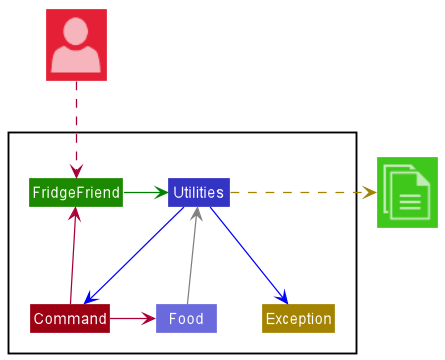
Before: docs/diagrams/ArchitectureDiagram.png, a diagram exported from PlantUML (nus-cs2113-AY2021S2/tp).
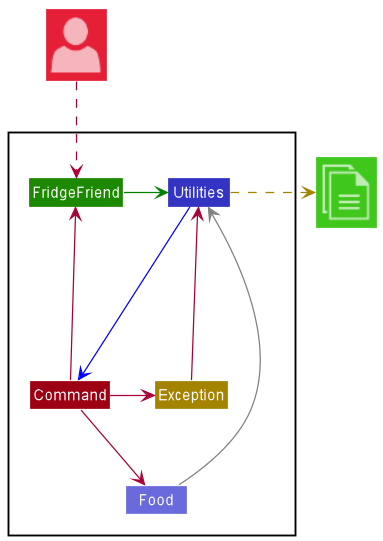
Above is the later version.

Commit message:
Updated Architecture Diagram for accuracy

Change to the diagram source:
```diff
@@ -17,11 +17,12 @@
 
 
 FridgeFriend -[#green]> Utilities
-Utilities -[#blue]-> Command
-Utilities -[#blue]-> Exception
-Food -[#grey]> Utilities
-Command -> Food
-Command -> FridgeFriend
+Utilities -[#blue]--> Command
+Food -[#grey]-> Utilities
+Command --> Food
+Command --> FridgeFriend
+Command -> Exception
+Exception -> Utilities
 
 
 Utilities .right[STORAGE_COLOR].>File
```
